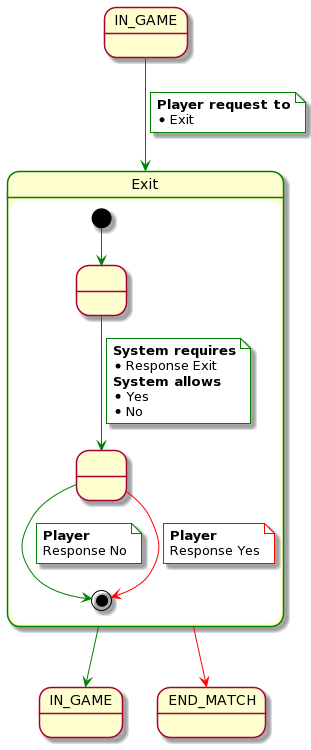
The PlantUML diagram rup/usecase/exit.png in USantaTecla-game-backgammon/backgammon, before a commit.
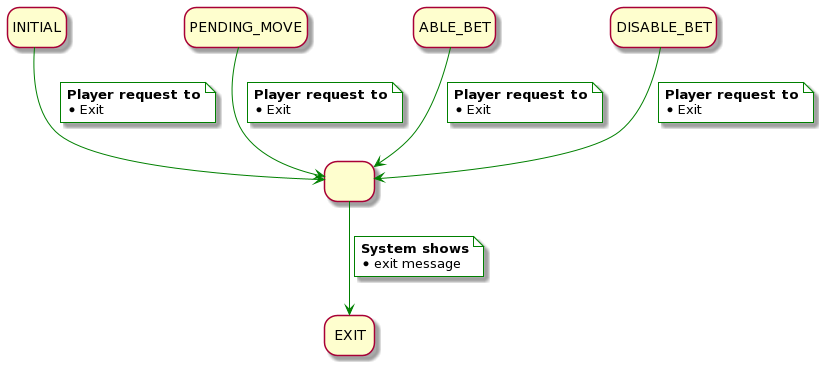
The same diagram one commit later.

Diff of the diagram source:
```diff
@@ -1,39 +1,41 @@
 @startuml
-state IN_GAME
-state IN_GAME2 as "IN_GAME"
-state END_MATCH
+hide empty description
 
-state Exit ##green {
-    state " " as 1
-    state " " as 2
+state INITIAL
+state PENDING_MOVE
+state ABLE_BET
+state DISABLE_BET
+state EXIT
 
-    [*] -[#green]-> 1
-    1 -[#green]-> 2
-    note on link #white
-        <b>System requires</b>
-        * Response Exit
-        <b>System allows</b>
-        * Yes
-        * No
-    end note
-    2 -[#green]-> [*]
-    note on link #white
-        <b>Player</b>
-        Response No
-    end note
-    2 -[#red]-> [*]
-    note on link #white
-        <b>Player</b>
-        Response Yes
-    end note
-}
+state " " as 1
 
-IN_GAME -[#green]-> Exit
+INITIAL -[#green]-> 1
 note on link #white
     <b>Player request to</b>
     * Exit
 end note
 
-Exit -[#green]-> IN_GAME2
-Exit -[#red]-> END_MATCH
+PENDING_MOVE -[#green]-> 1
+note on link #white
+    <b>Player request to</b>
+    * Exit
+end note
+
+ABLE_BET -[#green]-> 1
+note on link #white
+    <b>Player request to</b>
+    * Exit
+end note
+
+DISABLE_BET -[#green]-> 1
+note on link #white
+    <b>Player request to</b>
+    * Exit
+end note
+
+1 -[#green]-> EXIT
+note on link #white
+    <b>System shows</b>
+    * exit message
+end note
 @enduml
```
